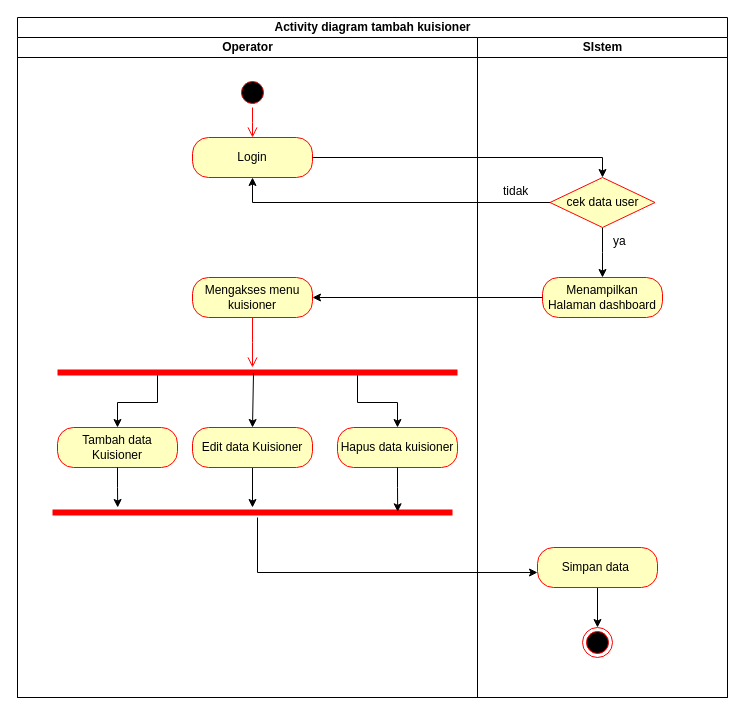
This is Activity_diagram_kelola_data_pasien.drawio from zzarr/Tugas-Akhir, a draw.io file, before an edit. Source tidied: cells renumbered, new cells numbered last; positions are measured from the earlier drawing's top-left corner, leaving out a move shared by most shapes. Both pictures are drawn from the tidied source at 100%, with x=0, y=0 at pixel (17, 17).
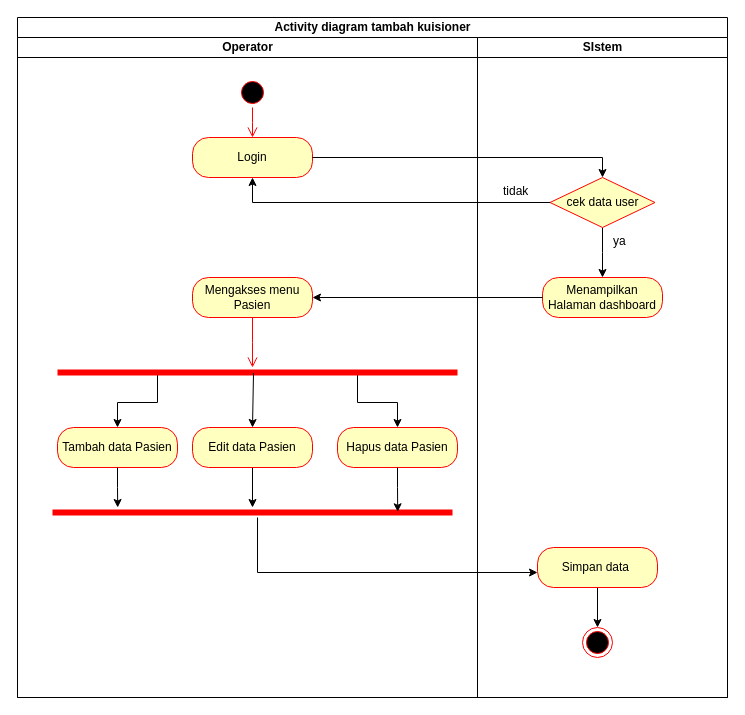
After the change.

Unchanged cells that the change refers to:
```xml
<mxCell id="3" value="Operator" style="swimlane;startSize=20;html=1;" parent="2" vertex="1">
  <mxGeometry y="20" width="460" height="660" as="geometry" />
</mxCell>
```

The edit, as a diff of the source:
```diff
@@
-    <mxCell id="7" value="Mengakses menu kuisioner" style="rounded=1;whiteSpace=wrap;html=1;arcSize=40;fontColor=#000000;fillColor=#ffffc0;strokeColor=#ff0000;" parent="3" vertex="1">
+    <mxCell id="7" value="Mengakses menu Pasien" style="rounded=1;whiteSpace=wrap;html=1;arcSize=40;fontColor=#000000;fillColor=#ffffc0;strokeColor=#ff0000;" parent="3" vertex="1">
       <mxGeometry x="175" y="240" width="120" height="40" as="geometry" />
     </mxCell>
@@
-    <mxCell id="12" value="Tambah data Kuisioner" style="rounded=1;whiteSpace=wrap;html=1;arcSize=40;fontColor=#000000;fillColor=#ffffc0;strokeColor=#ff0000;" parent="3" vertex="1">
+    <mxCell id="12" value="Tambah data Pasien" style="rounded=1;whiteSpace=wrap;html=1;arcSize=40;fontColor=#000000;fillColor=#ffffc0;strokeColor=#ff0000;" parent="3" vertex="1">
       <mxGeometry x="40" y="390" width="120" height="40" as="geometry" />
     </mxCell>
@@
-    <mxCell id="14" value="Edit data Kuisioner" style="rounded=1;whiteSpace=wrap;html=1;arcSize=40;fontColor=#000000;fillColor=#ffffc0;strokeColor=#ff0000;" parent="3" vertex="1">
+    <mxCell id="14" value="Edit data Pasien" style="rounded=1;whiteSpace=wrap;html=1;arcSize=40;fontColor=#000000;fillColor=#ffffc0;strokeColor=#ff0000;" parent="3" vertex="1">
       <mxGeometry x="175" y="390" width="120" height="40" as="geometry" />
     </mxCell>
-    <mxCell id="15" value="Hapus data kuisioner" style="rounded=1;whiteSpace=wrap;html=1;arcSize=40;fontColor=#000000;fillColor=#ffffc0;strokeColor=#ff0000;" parent="3" vertex="1">
+    <mxCell id="15" value="Hapus data Pasien" style="rounded=1;whiteSpace=wrap;html=1;arcSize=40;fontColor=#000000;fillColor=#ffffc0;strokeColor=#ff0000;" parent="3" vertex="1">
       <mxGeometry x="320" y="390" width="120" height="40" as="geometry" />
     </mxCell>
```
